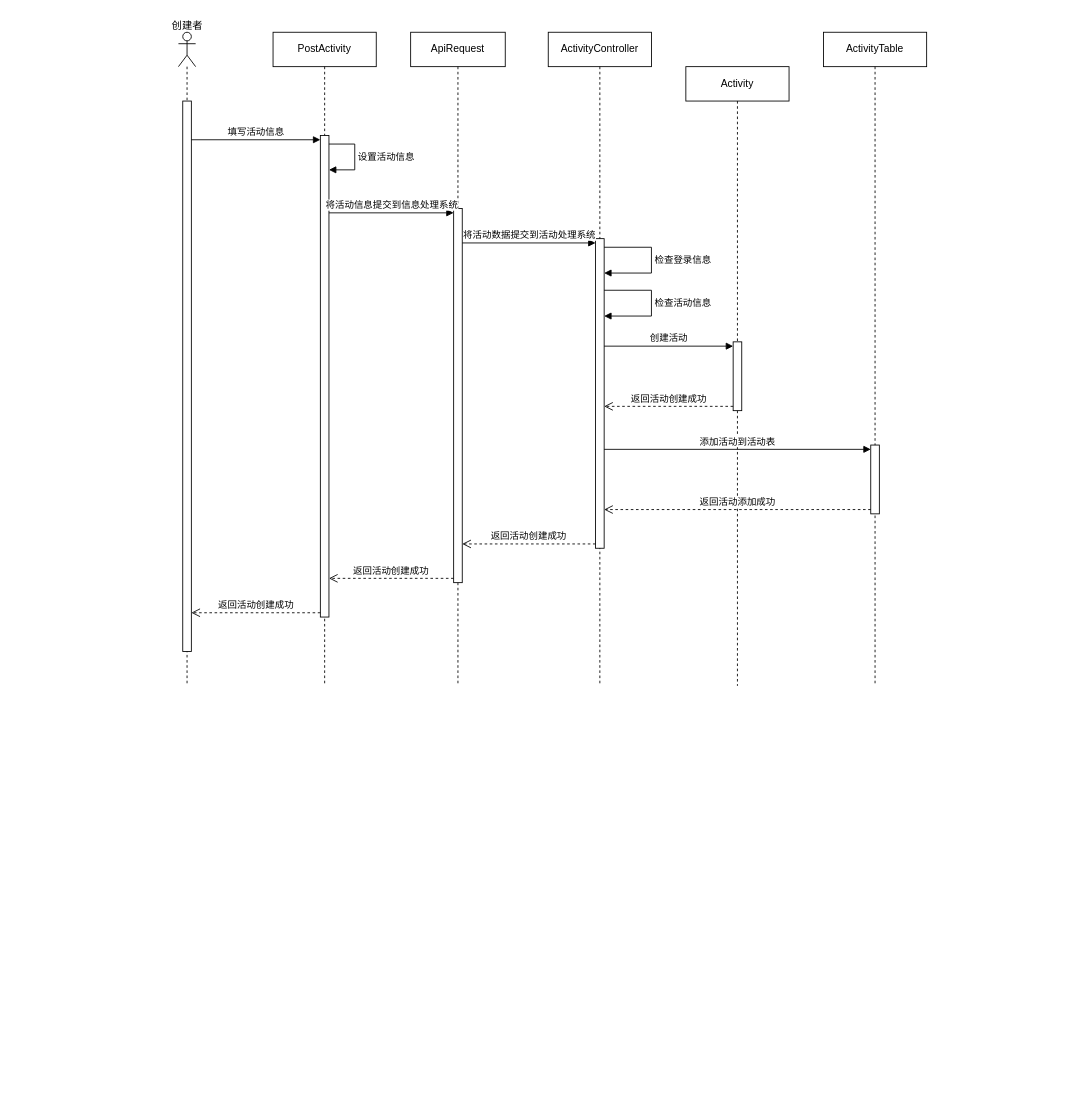
Yishanka/Soda keeps this draw.io diagram as docs/create_UML_sequence.drawio. Above is the earlier version. Source tidied: cells renumbered, new cells numbered last; positions are measured from the earlier drawing's top-left corner, leaving out a move shared by most shapes. Both pictures are drawn from the tidied source at 86%, with x=0, y=0 at pixel (152, 15).
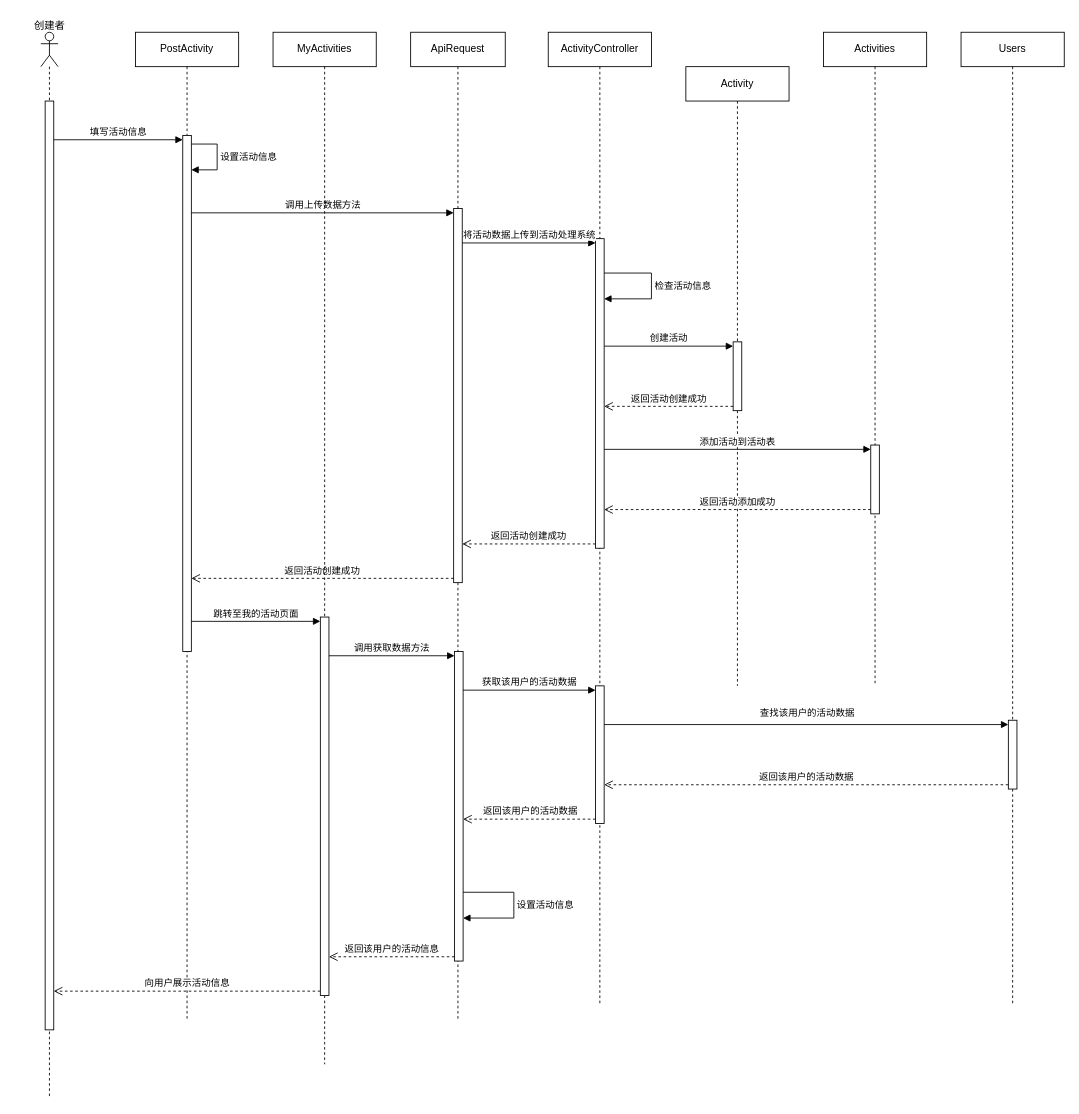
After the change.

Unchanged cells that the change refers to:
```xml
<mxCell id="9" style="html=1;points=[[0,0,0,0,5],[0,1,0,0,-5],[1,0,0,0,5],[1,1,0,0,-5]];perimeter=orthogonalPerimeter;outlineConnect=0;targetShapes=umlLifeline;portConstraint=eastwest;newEdgeStyle={&quot;curved&quot;:0,&quot;rounded&quot;:0};" parent="8" vertex="1">
  <mxGeometry x="50" y="205" width="10" height="435" as="geometry" />
</mxCell>
<mxCell id="11" style="html=1;points=[[0,0,0,0,5],[0,1,0,0,-5],[1,0,0,0,5],[1,1,0,0,-5]];perimeter=orthogonalPerimeter;outlineConnect=0;targetShapes=umlLifeline;portConstraint=eastwest;newEdgeStyle={&quot;curved&quot;:0,&quot;rounded&quot;:0};" parent="10" vertex="1">
  <mxGeometry x="55" y="240" width="10" height="360" as="geometry" />
</mxCell>
```

What changed in the source:
```diff
@@
     <mxCell id="2" style="shape=umlLifeline;perimeter=lifelinePerimeter;whiteSpace=wrap;html=1;newEdgeStyle={&quot;curved&quot;:0,&quot;rounded&quot;:0};participant=umlActor;" parent="1" vertex="1">
-      <mxGeometry x="30" y="20" width="20" height="760" as="geometry" />
+      <mxGeometry x="-130" y="20" width="20" height="1240" as="geometry" />
     </mxCell>
     <mxCell id="3" style="html=1;points=[[0,0,0,0,5],[0,1,0,0,-5],[1,0,0,0,5],[1,1,0,0,-5]];perimeter=orthogonalPerimeter;outlineConnect=0;targetShapes=umlLifeline;portConstraint=eastwest;newEdgeStyle={&quot;curved&quot;:0,&quot;rounded&quot;:0};" parent="2" vertex="1">
-      <mxGeometry x="5" y="80" width="10" height="640" as="geometry" />
+      <mxGeometry x="5" y="80" width="10" height="1080" as="geometry" />
     </mxCell>
     <mxCell id="4" value="&lt;span style=&quot;font-weight: 400;&quot;&gt;创建者&lt;/span&gt;" style="text;align=center;fontStyle=1;verticalAlign=middle;spacingLeft=3;spacingRight=3;strokeColor=none;html=1;" parent="1" vertex="1">
-      <mxGeometry width="80" height="26" as="geometry" />
+      <mxGeometry x="-160" width="80" height="26" as="geometry" />
     </mxCell>
     <mxCell id="5" value="PostActivity" style="shape=umlLifeline;perimeter=lifelinePerimeter;whiteSpace=wrap;html=1;newEdgeStyle={&quot;curved&quot;:0,&quot;rounded&quot;:0};" parent="1" vertex="1">
-      <mxGeometry x="140" y="20" width="120" height="760" as="geometry" />
+      <mxGeometry x="-20" y="20" width="120" height="1150" as="geometry" />
     </mxCell>
     <mxCell id="6" style="html=1;points=[[0,0,0,0,5],[0,1,0,0,-5],[1,0,0,0,5],[1,1,0,0,-5]];perimeter=orthogonalPerimeter;outlineConnect=0;targetShapes=umlLifeline;portConstraint=eastwest;newEdgeStyle={&quot;curved&quot;:0,&quot;rounded&quot;:0};" parent="5" vertex="1">
-      <mxGeometry x="55" y="120" width="10" height="560" as="geometry" />
+      <mxGeometry x="55" y="120" width="10" height="600" as="geometry" />
     </mxCell>
@@
     <mxCell id="8" value="ApiRequest" style="shape=umlLifeline;perimeter=lifelinePerimeter;whiteSpace=wrap;html=1;newEdgeStyle={&quot;curved&quot;:0,&quot;rounded&quot;:0};" parent="1" vertex="1">
-      <mxGeometry x="300" y="20" width="110" height="760" as="geometry" />
+      <mxGeometry x="300" y="20" width="110" height="1150" as="geometry" />
     </mxCell>
@@
+    <mxCell id="28" style="html=1;points=[[0,0,0,0,5],[0,1,0,0,-5],[1,0,0,0,5],[1,1,0,0,-5]];perimeter=orthogonalPerimeter;outlineConnect=0;targetShapes=umlLifeline;portConstraint=eastwest;newEdgeStyle={&quot;curved&quot;:0,&quot;rounded&quot;:0};" parent="8" vertex="1">
+      <mxGeometry x="51" y="720" width="10" height="360" as="geometry" />
+    </mxCell>
+    <mxCell id="29" value="设置活动信息" style="html=1;align=left;spacingLeft=2;endArrow=block;rounded=0;edgeStyle=orthogonalEdgeStyle;curved=0;rounded=0;" parent="8" edge="1" source="28" target="28">
+      <mxGeometry relative="1" as="geometry">
+        <Array as="points">
+          <mxPoint x="120" y="1000" />
+          <mxPoint x="120" y="1030" />
+        </Array>
+      </mxGeometry>
+    </mxCell>
     <mxCell id="10" value="ActivityController" style="shape=umlLifeline;perimeter=lifelinePerimeter;whiteSpace=wrap;html=1;newEdgeStyle={&quot;curved&quot;:0,&quot;rounded&quot;:0};" parent="1" vertex="1">
-      <mxGeometry x="460" y="20" width="120" height="760" as="geometry" />
+      <mxGeometry x="460" y="20" width="120" height="1130" as="geometry" />
     </mxCell>
@@
-    <mxCell id="12" value="检查登录信息" style="html=1;align=left;spacingLeft=2;endArrow=block;rounded=0;edgeStyle=orthogonalEdgeStyle;curved=0;rounded=0;" parent="10" edge="1" source="11" target="11">
-      <mxGeometry relative="1" as="geometry">
-        <Array as="points">
-          <mxPoint x="120" y="250" />
-          <mxPoint x="120" y="280" />
-        </Array>
-      </mxGeometry>
-    </mxCell>
-    <mxCell id="13" value="检查活动信息" style="html=1;align=left;spacingLeft=2;endArrow=block;rounded=0;edgeStyle=orthogonalEdgeStyle;curved=0;rounded=0;" parent="10" edge="1" source="11" target="11">
+    <mxCell id="13" value="检查活动信息" style="html=1;align=left;spacingLeft=2;endArrow=block;rounded=0;edgeStyle=orthogonalEdgeStyle;curved=0;rounded=0;" parent="10" edge="1" target="11">
       <mxGeometry relative="1" as="geometry">
+        <mxPoint x="65" y="280" as="sourcePoint" />
         <Array as="points">
-          <mxPoint x="120" y="300" />
-          <mxPoint x="120" y="330" />
+          <mxPoint x="120" y="280" />
+          <mxPoint x="120" y="310" />
         </Array>
       </mxGeometry>
     </mxCell>
+    <mxCell id="30" style="html=1;points=[[0,0,0,0,5],[0,1,0,0,-5],[1,0,0,0,5],[1,1,0,0,-5]];perimeter=orthogonalPerimeter;outlineConnect=0;targetShapes=umlLifeline;portConstraint=eastwest;newEdgeStyle={&quot;curved&quot;:0,&quot;rounded&quot;:0};" parent="10" vertex="1">
+      <mxGeometry x="55" y="760" width="10" height="160" as="geometry" />
+    </mxCell>
@@
-    <mxCell id="16" value="ActivityTable" style="shape=umlLifeline;perimeter=lifelinePerimeter;whiteSpace=wrap;html=1;newEdgeStyle={&quot;curved&quot;:0,&quot;rounded&quot;:0};" parent="1" vertex="1">
+    <mxCell id="16" value="Activities" style="shape=umlLifeline;perimeter=lifelinePerimeter;whiteSpace=wrap;html=1;newEdgeStyle={&quot;curved&quot;:0,&quot;rounded&quot;:0};" parent="1" vertex="1">
       <mxGeometry x="780" y="20" width="120" height="760" as="geometry" />
     </mxCell>
@@
-    <mxCell id="19" value="返回活动创建成功" style="html=1;verticalAlign=bottom;endArrow=open;dashed=1;endSize=8;curved=0;rounded=0;exitX=0;exitY=1;exitDx=0;exitDy=-5;" parent="1" edge="1" source="6" target="3">
-      <mxGeometry relative="1" as="geometry" />
-    </mxCell>
-    <mxCell id="20" value="将活动信息提交到信息处理系统" style="html=1;verticalAlign=bottom;endArrow=block;curved=0;rounded=0;entryX=0;entryY=0;entryDx=0;entryDy=5;" parent="1" edge="1" source="6" target="9">
+    <mxCell id="20" value="调用上传数据方法" style="html=1;verticalAlign=bottom;endArrow=block;curved=0;rounded=0;entryX=0;entryY=0;entryDx=0;entryDy=5;" parent="1" edge="1" source="6" target="9">
       <mxGeometry relative="1" as="geometry" />
     </mxCell>
@@
-    <mxCell id="22" value="将活动数据提交到活动处理系统" style="html=1;verticalAlign=bottom;endArrow=block;curved=0;rounded=0;entryX=0;entryY=0;entryDx=0;entryDy=5;" parent="1" edge="1" source="9" target="11">
+    <mxCell id="22" value="将活动数据上传到活动处理系统" style="html=1;verticalAlign=bottom;endArrow=block;curved=0;rounded=0;entryX=0;entryY=0;entryDx=0;entryDy=5;" parent="1" edge="1" source="9" target="11">
       <mxGeometry relative="1" as="geometry" />
     </mxCell>
@@
+    <mxCell id="31" value="跳转至我的活动页面" style="html=1;verticalAlign=bottom;endArrow=block;curved=0;rounded=0;entryX=0;entryY=0;entryDx=0;entryDy=5;" parent="1" edge="1" source="6" target="34">
+      <mxGeometry relative="1" as="geometry" />
+    </mxCell>
+    <mxCell id="32" value="向用户展示活动信息" style="html=1;verticalAlign=bottom;endArrow=open;dashed=1;endSize=8;curved=0;rounded=0;exitX=0;exitY=1;exitDx=0;exitDy=-5;" parent="1" edge="1" source="34" target="3">
+      <mxGeometry relative="1" as="geometry" />
+    </mxCell>
+    <mxCell id="33" value="MyActivities" style="shape=umlLifeline;perimeter=lifelinePerimeter;whiteSpace=wrap;html=1;newEdgeStyle={&quot;curved&quot;:0,&quot;rounded&quot;:0};" parent="1" vertex="1">
+      <mxGeometry x="140" y="20" width="120" height="1200" as="geometry" />
+    </mxCell>
+    <mxCell id="34" style="html=1;points=[[0,0,0,0,5],[0,1,0,0,-5],[1,0,0,0,5],[1,1,0,0,-5]];perimeter=orthogonalPerimeter;outlineConnect=0;targetShapes=umlLifeline;portConstraint=eastwest;newEdgeStyle={&quot;curved&quot;:0,&quot;rounded&quot;:0};" parent="33" vertex="1">
+      <mxGeometry x="55" y="680" width="10" height="440" as="geometry" />
+    </mxCell>
+    <mxCell id="35" value="调用获取数据方法" style="html=1;verticalAlign=bottom;endArrow=block;curved=0;rounded=0;entryX=0;entryY=0;entryDx=0;entryDy=5;" parent="1" edge="1" source="34" target="28">
+      <mxGeometry relative="1" as="geometry" />
+    </mxCell>
+    <mxCell id="36" value="Users" style="shape=umlLifeline;perimeter=lifelinePerimeter;whiteSpace=wrap;html=1;newEdgeStyle={&quot;curved&quot;:0,&quot;rounded&quot;:0};" parent="1" vertex="1">
+      <mxGeometry x="940" y="20" width="120" height="1130" as="geometry" />
+    </mxCell>
+    <mxCell id="37" style="html=1;points=[[0,0,0,0,5],[0,1,0,0,-5],[1,0,0,0,5],[1,1,0,0,-5]];perimeter=orthogonalPerimeter;outlineConnect=0;targetShapes=umlLifeline;portConstraint=eastwest;newEdgeStyle={&quot;curved&quot;:0,&quot;rounded&quot;:0};" parent="36" vertex="1">
+      <mxGeometry x="55" y="800" width="10" height="80" as="geometry" />
+    </mxCell>
+    <mxCell id="38" value="获取该用户的活动数据" style="html=1;verticalAlign=bottom;endArrow=block;curved=0;rounded=0;entryX=0;entryY=0;entryDx=0;entryDy=5;" parent="1" edge="1" source="28" target="30">
+      <mxGeometry relative="1" as="geometry" />
+    </mxCell>
+    <mxCell id="39" style="html=1;verticalAlign=bottom;endArrow=block;curved=0;rounded=0;entryX=0;entryY=0;entryDx=0;entryDy=5;" parent="1" edge="1" source="30" target="37">
+      <mxGeometry relative="1" as="geometry" />
+    </mxCell>
+    <mxCell id="40" value="查找该用户的活动数据" style="edgeLabel;html=1;align=center;verticalAlign=middle;" parent="39" vertex="1">
+      <mxGeometry x="-0.08" relative="1" as="geometry">
+        <mxPoint x="19" y="-15" as="offset" />
+      </mxGeometry>
+    </mxCell>
+    <mxCell id="41" value="返回该用户的活动数据" style="html=1;verticalAlign=bottom;endArrow=open;dashed=1;endSize=8;curved=0;rounded=0;exitX=0;exitY=1;exitDx=0;exitDy=-5;" parent="1" edge="1" source="37" target="30">
+      <mxGeometry relative="1" as="geometry" />
+    </mxCell>
+    <mxCell id="42" value="返回该用户的活动数据" style="html=1;verticalAlign=bottom;endArrow=open;dashed=1;endSize=8;curved=0;rounded=0;exitX=0;exitY=1;exitDx=0;exitDy=-5;" parent="1" edge="1" source="30" target="28">
+      <mxGeometry x="-0.03" relative="1" as="geometry">
+        <mxPoint x="-1" as="offset" />
+      </mxGeometry>
+    </mxCell>
+    <mxCell id="43" value="返回该用户的活动信息" style="html=1;verticalAlign=bottom;endArrow=open;dashed=1;endSize=8;curved=0;rounded=0;exitX=0;exitY=1;exitDx=0;exitDy=-5;" parent="1" edge="1" source="28" target="34">
+      <mxGeometry relative="1" as="geometry" />
+    </mxCell>
```
